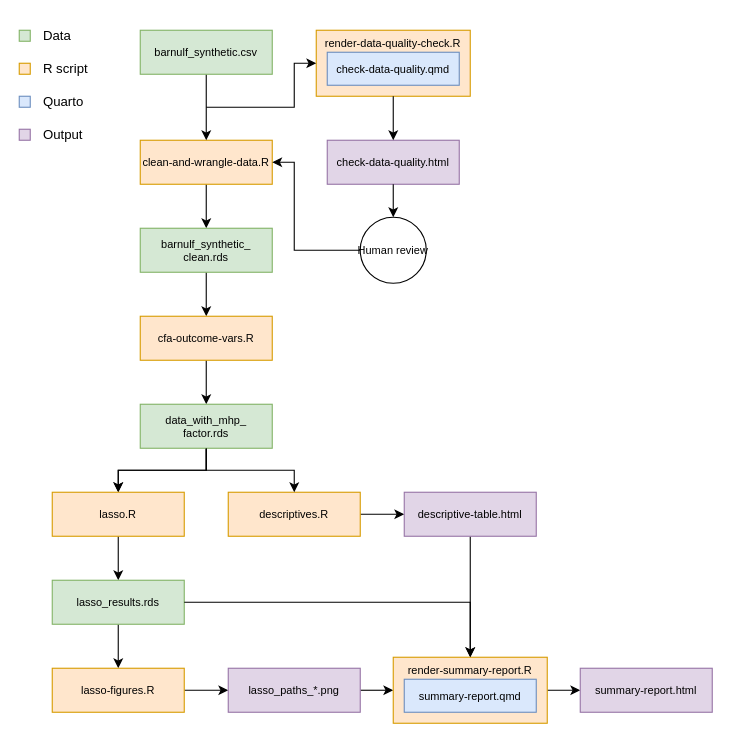
Above: figure-pipe.drawio in MagIvarsson/git-course-exam (draw.io), before the change. Source tidied: cells renumbered, new cells numbered last; positions are measured from the earlier drawing's top-left corner, leaving out a move shared by most shapes. Both pictures are drawn from the tidied source at 110%, with x=0, y=0 at pixel (19, 19).
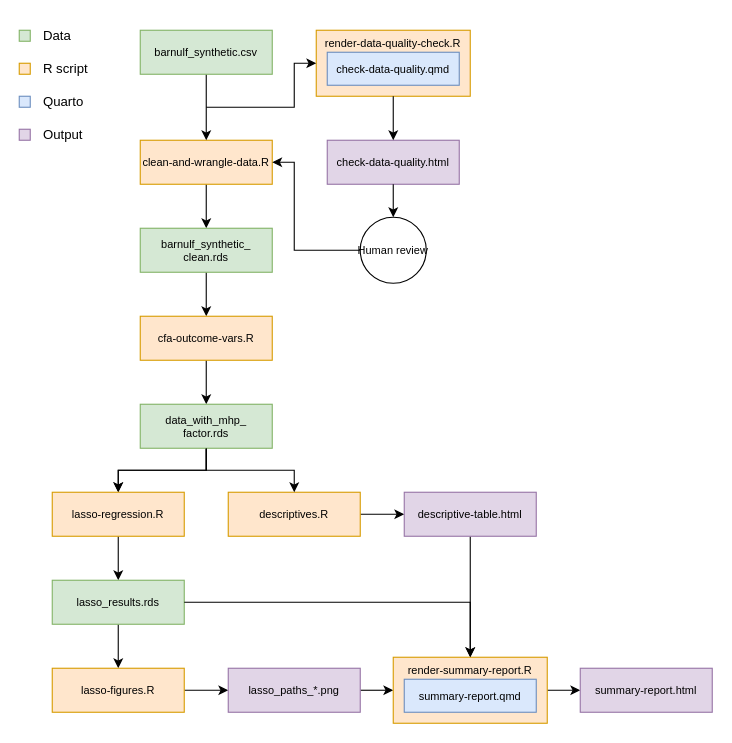
After the change.

Commit message (it also covers changes not shown here):
Corrected name on lasso script

Change to the diagram source:
```diff
@@
-    <mxCell id="29" value="lasso.R" style="rounded=0;whiteSpace=wrap;html=1;fillColor=#ffe6cc;strokeColor=#d79b00;fontSize=10;" parent="1" vertex="1">
+    <mxCell id="29" value="lasso-regression.R" style="rounded=0;whiteSpace=wrap;html=1;fillColor=#ffe6cc;strokeColor=#d79b00;fontSize=10;" parent="1" vertex="1">
       <mxGeometry x="30" y="430" width="120" height="40" as="geometry" />
     </mxCell>
```
